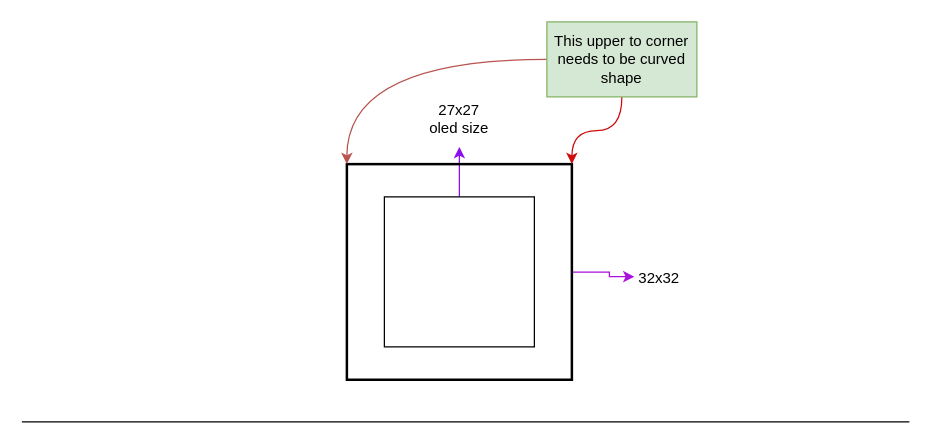
Above: outer design.drawio in ovishak777/Epoxy (draw.io), before the change. Source tidied: cells renumbered, new cells numbered last; positions are measured from the earlier drawing's top-left corner, leaving out a move shared by most shapes. Both pictures are drawn from the tidied source at 125%, with x=0, y=0 at pixel (21, 21).
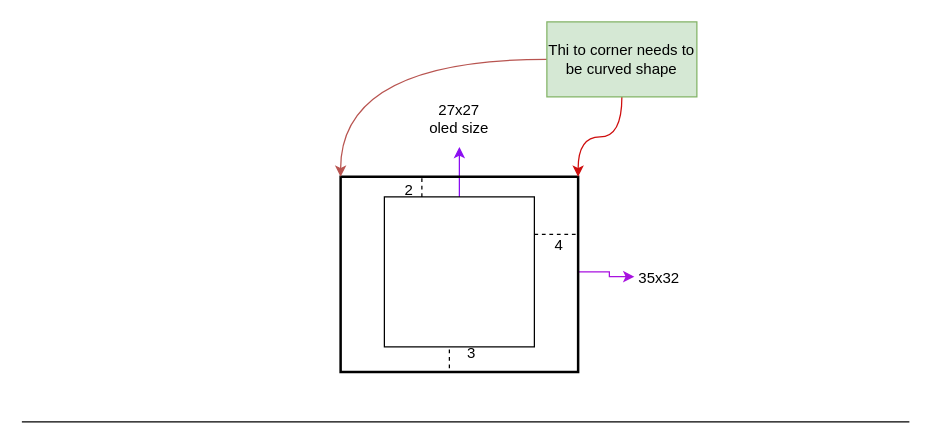
The same page after the edit.

Change to the diagram source:
```diff
@@
-    <mxCell id="4" style="whiteSpace=wrap;html=1;" parent="1" vertex="1">
+    <mxCell id="4" style="whiteSpace=wrap;html=1;rounded=0;" parent="1" vertex="1">
       <mxGeometry x="290" y="140" width="120" height="120" as="geometry" />
     </mxCell>
@@
     <mxCell id="6" style="rounded=0;whiteSpace=wrap;html=1;fillColor=none;strokeWidth=2;" parent="1" vertex="1">
-      <mxGeometry x="260" y="113.8" width="180" height="172.5" as="geometry" />
+      <mxGeometry x="255" y="123.9" width="190" height="156.2" as="geometry" />
     </mxCell>
-    <mxCell id="7" value="32x32" style="text;html=1;whiteSpace=wrap;strokeColor=none;fillColor=none;align=center;verticalAlign=middle;rounded=0;" parent="1" vertex="1">
+    <mxCell id="7" value="35x32" style="text;html=1;whiteSpace=wrap;strokeColor=none;fillColor=none;align=center;verticalAlign=middle;rounded=0;" parent="1" vertex="1">
       <mxGeometry x="480" y="190" width="60" height="30" as="geometry" />
     </mxCell>
@@
-    <mxCell id="11" value="This upper to corner needs to be curved shape" style="whiteSpace=wrap;html=1;fillColor=#d5e8d4;strokeColor=#82b366;" parent="1" vertex="1">
+    <mxCell id="11" value="Thi to corner needs to be curved shape" style="whiteSpace=wrap;html=1;fillColor=#d5e8d4;strokeColor=#82b366;rounded=0;" parent="1" vertex="1">
       <mxGeometry x="420" width="120" height="60" as="geometry" />
     </mxCell>
+    <mxCell id="12" style="endArrow=none;dashed=1;html=1;" parent="1" edge="1">
+      <mxGeometry relative="1" as="geometry">
+        <mxPoint x="410" y="170" as="sourcePoint" />
+        <mxPoint x="443.9" y="170" as="targetPoint" />
+      </mxGeometry>
+    </mxCell>
+    <mxCell id="13" value="4" style="text;html=1;whiteSpace=wrap;strokeColor=none;fillColor=none;align=center;verticalAlign=middle;rounded=0;" parent="1" vertex="1">
+      <mxGeometry x="420" y="174" width="20" height="10" as="geometry" />
+    </mxCell>
+    <mxCell id="14" style="endArrow=none;dashed=1;html=1;" parent="1" edge="1">
+      <mxGeometry relative="1" as="geometry">
+        <mxPoint x="320" y="140" as="sourcePoint" />
+        <mxPoint x="320" y="123.9" as="targetPoint" />
+      </mxGeometry>
+    </mxCell>
+    <mxCell id="15" value="2" style="text;html=1;whiteSpace=wrap;strokeColor=none;fillColor=none;align=center;verticalAlign=middle;rounded=0;" parent="1" vertex="1">
+      <mxGeometry x="300" y="130" width="20" height="10" as="geometry" />
+    </mxCell>
+    <mxCell id="16" style="endArrow=none;dashed=1;html=1;" parent="1" edge="1">
+      <mxGeometry relative="1" as="geometry">
+        <mxPoint x="342" y="277" as="sourcePoint" />
+        <mxPoint x="342" y="260.9" as="targetPoint" />
+      </mxGeometry>
+    </mxCell>
+    <mxCell id="17" value="3" style="text;html=1;whiteSpace=wrap;strokeColor=none;fillColor=none;align=center;verticalAlign=middle;rounded=0;" parent="1" vertex="1">
+      <mxGeometry x="350" y="260" width="20" height="10" as="geometry" />
+    </mxCell>
```
